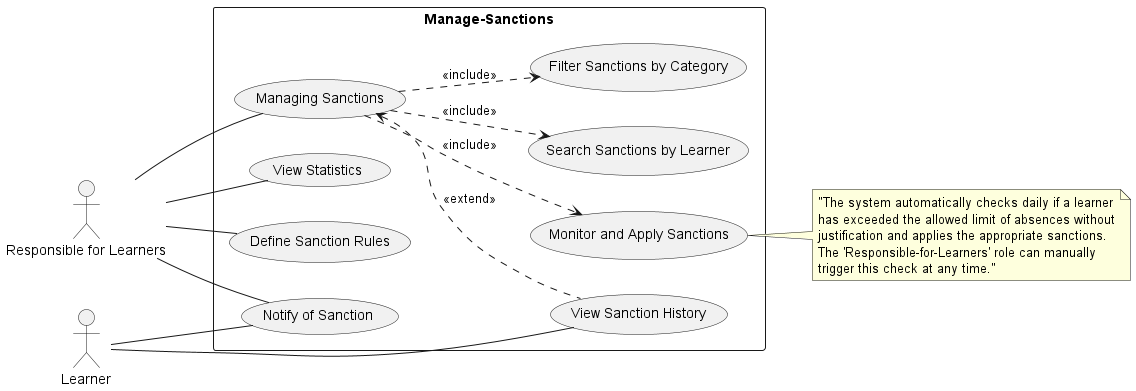
This is out/Functional Branch/Use Case/Use-Case-General/Use-Case-General.png from Tribak-Ayoub/Project-fil-rouge, a PlantUML export, as it was before one commit.
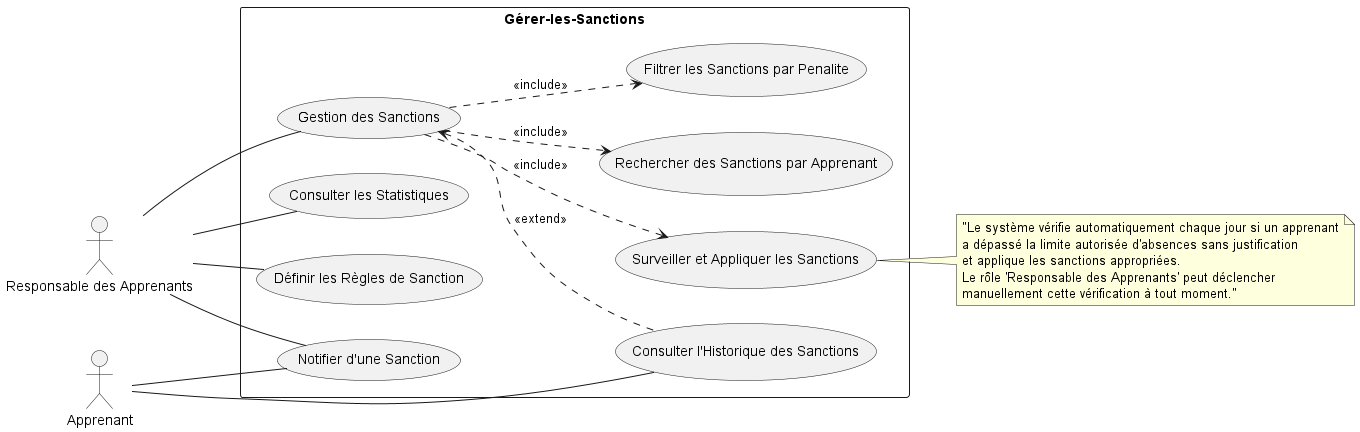
After the change.

What changed in the source:
```diff
@@ -1,25 +1,25 @@
 @startuml
 left to right direction
-actor "Responsible for Learners" as Admin
-actor Learner
+actor "Responsable des Apprenants" as Admin
+actor Apprenant
 
-rectangle Manage-Sanctions {
-  usecase "Define Sanction Rules" as UC1
-  usecase "Monitor and Apply Sanctions" as UC2
-  usecase "Notify of Sanction" as UC3
-  usecase "View Sanction History" as UC4
-  usecase "Managing Sanctions" as UC5
-  usecase "Search Sanctions by Learner" as UC6
-  usecase "Filter Sanctions by Category" as UC7
-  usecase "View Statistics" as UC8
+rectangle Gérer-les-Sanctions {
+  usecase "Définir les Règles de Sanction" as UC1
+  usecase "Surveiller et Appliquer les Sanctions" as UC2
+  usecase "Notifier d'une Sanction" as UC3
+  usecase "Consulter l'Historique des Sanctions" as UC4
+  usecase "Gestion des Sanctions" as UC5
+  usecase "Rechercher des Sanctions par Apprenant" as UC6
+  usecase "Filtrer les Sanctions par Penalite" as UC7
+  usecase "Consulter les Statistiques" as UC8
 }
 
 note right of UC2
-"The system automatically checks daily if a learner
-has exceeded the allowed limit of absences without
-justification and applies the appropriate sanctions.
-The 'Responsible-for-Learners' role can manually
-trigger this check at any time."
+"Le système vérifie automatiquement chaque jour si un apprenant
+a dépassé la limite autorisée d'absences sans justification
+et applique les sanctions appropriées.
+Le rôle 'Responsable des Apprenants' peut déclencher
+manuellement cette vérification à tout moment."
 end note
 
 Admin -- UC1
@@ -28,8 +28,8 @@
 Admin -- UC5
 Admin -- UC8
 
-Learner -- UC3
-Learner -- UC4
+Apprenant -- UC3
+Apprenant -- UC4
 UC5 <.. UC4 : <<extend>>
 UC5 ..> UC2 : <<include>>
 UC5 ..> UC6 : <<include>>
```
